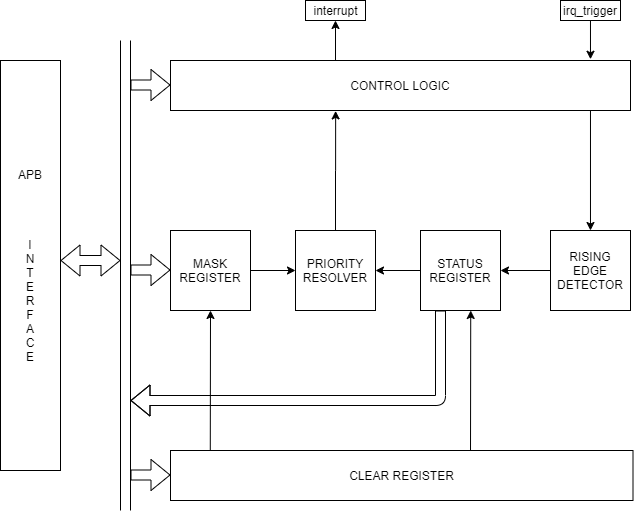
The draw.io diagram docs/diagrams and schemas/interrupt controller block diagram.png in ciomagandreidaniel/Interrupt_Controller_Verilog, before a commit. Source tidied: cells renumbered, new cells last; positions are measured from the earlier drawing's top-left corner, leaving out a move shared by most shapes.
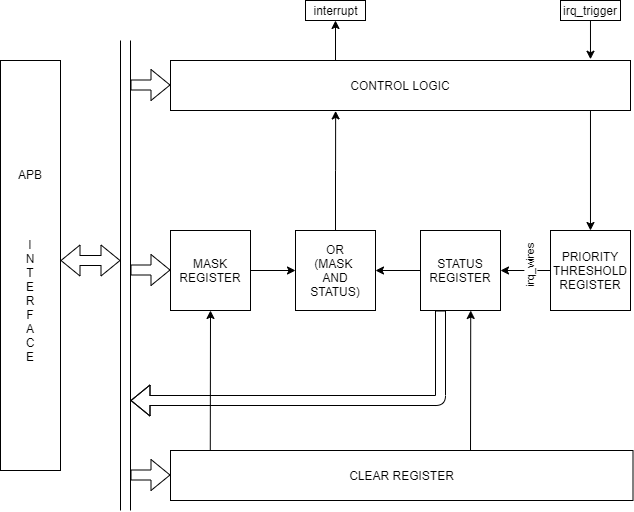
Later version of the same file.

The edit, as a diff of the source:
```diff
@@ -56,16 +56,21 @@
     <mxCell id="14" style="edgeStyle=orthogonalEdgeStyle;rounded=0;jettySize=auto;html=1;entryX=1;entryY=0.5;entryDx=0;entryDy=0;" parent="1" edge="1" source="16" target="13">
       <mxGeometry relative="1" as="geometry" />
     </mxCell>
+    <mxCell id="27" value="irq_wires" style="edgeLabel;html=1;align=center;verticalAlign=middle;rotation=-90;" parent="14" vertex="1">
+      <mxGeometry x="-0.24" relative="1" as="geometry">
+        <mxPoint x="-1" y="-5" as="offset" />
+      </mxGeometry>
+    </mxCell>
     <mxCell id="15" style="edgeStyle=orthogonalEdgeStyle;rounded=0;jettySize=auto;html=1;exitX=0.913;exitY=0.999;exitDx=0;exitDy=0;exitPerimeter=0;" parent="1" edge="1" source="3" target="16">
       <mxGeometry relative="1" as="geometry" />
     </mxCell>
-    <mxCell id="16" value="RISING EDGE&lt;br&gt;DETECTOR" style="whiteSpace=wrap;html=1;" parent="1" vertex="1">
+    <mxCell id="16" value="PRIORITY&lt;br&gt;THRESHOLD&lt;br&gt;REGISTER" style="whiteSpace=wrap;html=1;" parent="1" vertex="1">
       <mxGeometry x="550" y="230" width="80" height="80" as="geometry" />
     </mxCell>
     <mxCell id="17" style="edgeStyle=orthogonalEdgeStyle;rounded=0;jettySize=auto;html=1;entryX=0.359;entryY=1.008;entryDx=0;entryDy=0;entryPerimeter=0;" parent="1" edge="1" source="18" target="3">
       <mxGeometry relative="1" as="geometry" />
     </mxCell>
-    <mxCell id="18" value="PRIORITY&lt;br&gt;RESOLVER" style="whiteSpace=wrap;html=1;" parent="1" vertex="1">
+    <mxCell id="18" value="OR&lt;br&gt;(MASK&amp;nbsp;&lt;br&gt;AND&lt;br&gt;STATUS)" style="whiteSpace=wrap;html=1;" parent="1" vertex="1">
       <mxGeometry x="295" y="230" width="80" height="80" as="geometry" />
     </mxCell>
     <mxCell id="19" style="edgeStyle=orthogonalEdgeStyle;rounded=0;jettySize=auto;html=1;entryX=0.913;entryY=-0.025;entryDx=0;entryDy=0;entryPerimeter=0;" parent="1" edge="1" source="20" target="3">
```
